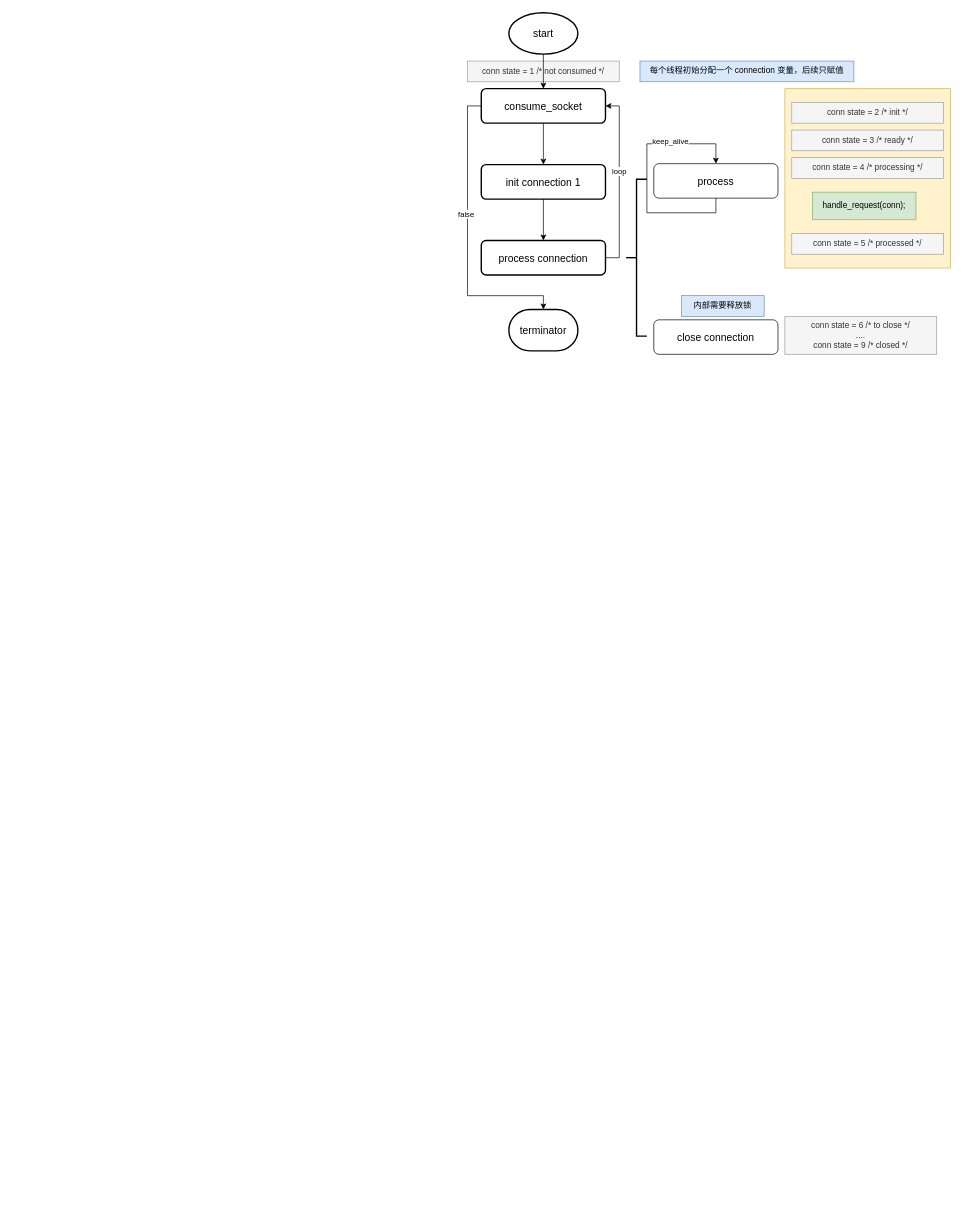
The draw.io diagram civetweb.drawio in 1253757553/drawIO, before the edit. Source tidied: cells renumbered, new cells numbered last; positions are measured from the earlier drawing's top-left corner, leaving out a move shared by most shapes. Both pictures are drawn from the tidied source at 69%, with x=0, y=0 at pixel (467, 12).
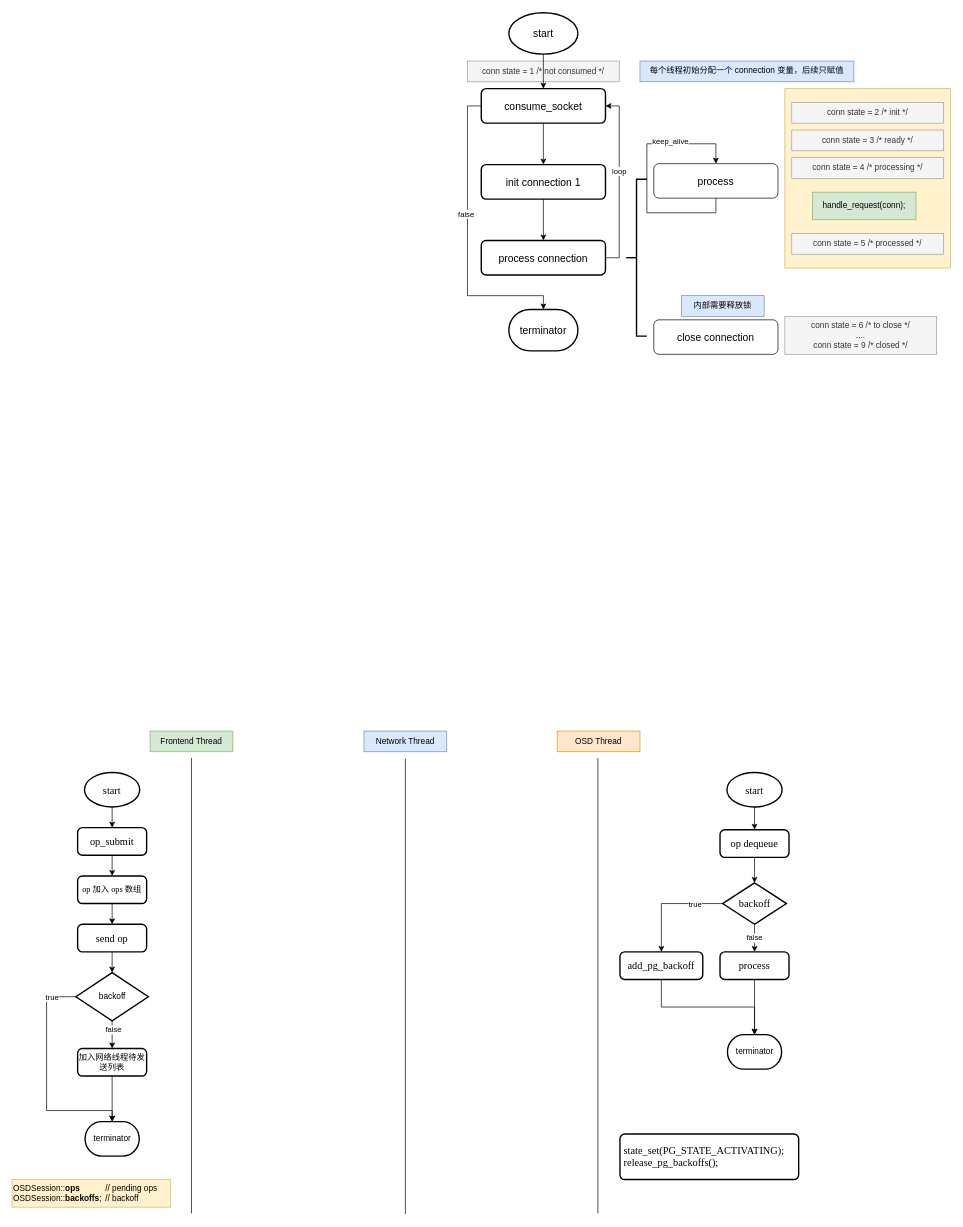
After the change.

Diff of the diagram source:
```diff
@@
+    <mxCell id="31" style="endArrow=none;html=1;rounded=0;" parent="1" edge="1">
+      <mxGeometry relative="1" as="geometry">
+        <mxPoint x="-90" y="1741" as="sourcePoint" />
+        <mxPoint x="-90" y="1081" as="targetPoint" />
+      </mxGeometry>
+    </mxCell>
+    <mxCell id="32" style="endArrow=none;html=1;rounded=0;" parent="1" edge="1">
+      <mxGeometry relative="1" as="geometry">
+        <mxPoint x="-400" y="1740" as="sourcePoint" />
+        <mxPoint x="-400" y="1080" as="targetPoint" />
+      </mxGeometry>
+    </mxCell>
+    <mxCell id="33" style="endArrow=none;html=1;rounded=0;" parent="1" edge="1">
+      <mxGeometry relative="1" as="geometry">
+        <mxPoint x="189" y="1740" as="sourcePoint" />
+        <mxPoint x="189" y="1080" as="targetPoint" />
+      </mxGeometry>
+    </mxCell>
+    <mxCell id="34" value="Frontend Thread" style="text;html=1;align=center;verticalAlign=middle;whiteSpace=wrap;rounded=0;fillColor=#d5e8d4;strokeColor=#82b366;" parent="1" vertex="1">
+      <mxGeometry x="-460" y="1041" width="120" height="30" as="geometry" />
+    </mxCell>
+    <mxCell id="35" value="Network Thread" style="text;html=1;align=center;verticalAlign=middle;whiteSpace=wrap;rounded=0;fillColor=#dae8fc;strokeColor=#6c8ebf;" parent="1" vertex="1">
+      <mxGeometry x="-150" y="1041" width="120" height="30" as="geometry" />
+    </mxCell>
+    <mxCell id="36" value="OSD Thread" style="text;html=1;align=center;verticalAlign=middle;whiteSpace=wrap;rounded=0;fillColor=#ffe6cc;strokeColor=#d79b00;" parent="1" vertex="1">
+      <mxGeometry x="130" y="1041" width="120" height="30" as="geometry" />
+    </mxCell>
+    <mxCell id="37" style="edgeStyle=orthogonalEdgeStyle;rounded=0;jettySize=auto;html=1;exitX=0.5;exitY=1;exitDx=0;exitDy=0;exitPerimeter=0;entryX=0.5;entryY=0;entryDx=0;entryDy=0;" parent="1" edge="1" source="38" target="40">
+      <mxGeometry relative="1" as="geometry" />
+    </mxCell>
+    <mxCell id="38" value="&lt;font face=&quot;Times New Roman&quot; style=&quot;font-size: 15px;&quot;&gt;start&lt;/font&gt;" style="strokeWidth=2;html=1;shape=mxgraph.flowchart.start_1;whiteSpace=wrap;" parent="1" vertex="1">
+      <mxGeometry x="-555" y="1101" width="80" height="50" as="geometry" />
+    </mxCell>
+    <mxCell id="39" style="edgeStyle=orthogonalEdgeStyle;rounded=0;jettySize=auto;html=1;exitX=0.5;exitY=1;exitDx=0;exitDy=0;entryX=0.5;entryY=0;entryDx=0;entryDy=0;" parent="1" edge="1" source="40" target="42">
+      <mxGeometry relative="1" as="geometry" />
+    </mxCell>
+    <mxCell id="40" value="&lt;font face=&quot;Times New Roman&quot; style=&quot;font-size: 15px;&quot;&gt;op_submit&lt;/font&gt;" style="rounded=1;whiteSpace=wrap;html=1;absoluteArcSize=1;arcSize=14;strokeWidth=2;" parent="1" vertex="1">
+      <mxGeometry x="-565" y="1181" width="100" height="40" as="geometry" />
+    </mxCell>
+    <mxCell id="41" style="edgeStyle=orthogonalEdgeStyle;rounded=0;jettySize=auto;html=1;exitX=0.5;exitY=1;exitDx=0;exitDy=0;entryX=0.5;entryY=0;entryDx=0;entryDy=0;" parent="1" edge="1" source="42" target="44">
+      <mxGeometry relative="1" as="geometry" />
+    </mxCell>
+    <mxCell id="42" value="&lt;font style=&quot;font-size: 12px;&quot; face=&quot;Times New Roman&quot;&gt;op 加入 ops 数组&lt;/font&gt;" style="rounded=1;whiteSpace=wrap;html=1;absoluteArcSize=1;arcSize=14;strokeWidth=2;" parent="1" vertex="1">
+      <mxGeometry x="-565" y="1251" width="100" height="40" as="geometry" />
+    </mxCell>
+    <mxCell id="43" value="&lt;div&gt;OSDSession::&lt;b&gt;ops&lt;/b&gt; &lt;span style=&quot;white-space:pre&quot;&gt;&#9;&#9;&lt;/span&gt;// pending ops&lt;/div&gt;&lt;div&gt;OSDSession::&lt;b&gt;backoffs&lt;/b&gt;;&lt;span style=&quot;white-space:pre&quot;&gt;&#9;&lt;/span&gt;// backoff&lt;/div&gt;" style="text;html=1;align=left;verticalAlign=middle;whiteSpace=wrap;rounded=0;fillColor=#fff2cc;strokeColor=#d6b656;" parent="1" vertex="1">
+      <mxGeometry x="-660" y="1691" width="230" height="40" as="geometry" />
+    </mxCell>
+    <mxCell id="44" value="&lt;font face=&quot;Times New Roman&quot; style=&quot;font-size: 15px;&quot;&gt;send op&lt;/font&gt;" style="rounded=1;whiteSpace=wrap;html=1;absoluteArcSize=1;arcSize=14;strokeWidth=2;" parent="1" vertex="1">
+      <mxGeometry x="-565" y="1321" width="100" height="40" as="geometry" />
+    </mxCell>
+    <mxCell id="45" style="edgeStyle=orthogonalEdgeStyle;rounded=0;jettySize=auto;html=1;exitX=0.5;exitY=1;exitDx=0;exitDy=0;exitPerimeter=0;entryX=0.5;entryY=0;entryDx=0;entryDy=0;" parent="1" edge="1" source="47" target="48">
+      <mxGeometry relative="1" as="geometry" />
+    </mxCell>
+    <mxCell id="46" value="false" style="edgeLabel;html=1;align=center;verticalAlign=middle;" parent="45" vertex="1">
+      <mxGeometry x="-0.4" y="1" relative="1" as="geometry" />
+    </mxCell>
+    <mxCell id="47" value="backoff" style="strokeWidth=2;html=1;shape=mxgraph.flowchart.decision;whiteSpace=wrap;" parent="1" vertex="1">
+      <mxGeometry x="-567.5" y="1391" width="105" height="70" as="geometry" />
+    </mxCell>
+    <mxCell id="48" value="加入网络线程待发送列表" style="rounded=1;whiteSpace=wrap;html=1;absoluteArcSize=1;arcSize=14;strokeWidth=2;" parent="1" vertex="1">
+      <mxGeometry x="-565" y="1501" width="100" height="40" as="geometry" />
+    </mxCell>
+    <mxCell id="49" value="terminator" style="strokeWidth=2;html=1;shape=mxgraph.flowchart.terminator;whiteSpace=wrap;" parent="1" vertex="1">
+      <mxGeometry x="-554.2" y="1607" width="78.5" height="50" as="geometry" />
+    </mxCell>
+    <mxCell id="50" style="edgeStyle=orthogonalEdgeStyle;rounded=0;jettySize=auto;html=1;exitX=0.5;exitY=1;exitDx=0;exitDy=0;entryX=0.5;entryY=0;entryDx=0;entryDy=0;entryPerimeter=0;" parent="1" edge="1" source="44" target="47">
+      <mxGeometry relative="1" as="geometry" />
+    </mxCell>
+    <mxCell id="51" style="edgeStyle=orthogonalEdgeStyle;rounded=0;jettySize=auto;html=1;exitX=0.5;exitY=1;exitDx=0;exitDy=0;entryX=0.5;entryY=0;entryDx=0;entryDy=0;entryPerimeter=0;" parent="1" edge="1" source="48" target="49">
+      <mxGeometry relative="1" as="geometry" />
+    </mxCell>
+    <mxCell id="52" style="edgeStyle=orthogonalEdgeStyle;rounded=0;jettySize=auto;html=1;exitX=0;exitY=0.5;exitDx=0;exitDy=0;exitPerimeter=0;entryX=0.5;entryY=0;entryDx=0;entryDy=0;entryPerimeter=0;" parent="1" edge="1" source="47" target="49">
+      <mxGeometry relative="1" as="geometry">
+        <Array as="points">
+          <mxPoint x="-610" y="1426" />
+          <mxPoint x="-610" y="1591" />
+          <mxPoint x="-515" y="1591" />
+        </Array>
+      </mxGeometry>
+    </mxCell>
+    <mxCell id="53" value="true" style="edgeLabel;html=1;align=center;verticalAlign=middle;" parent="52" vertex="1">
+      <mxGeometry x="-0.78" relative="1" as="geometry" />
+    </mxCell>
+    <mxCell id="54" style="edgeStyle=orthogonalEdgeStyle;rounded=0;jettySize=auto;html=1;exitX=0.5;exitY=1;exitDx=0;exitDy=0;exitPerimeter=0;entryX=0.5;entryY=0;entryDx=0;entryDy=0;" parent="1" edge="1" source="55" target="56">
+      <mxGeometry relative="1" as="geometry" />
+    </mxCell>
+    <mxCell id="55" value="&lt;font face=&quot;Times New Roman&quot; style=&quot;font-size: 15px;&quot;&gt;start&lt;/font&gt;" style="strokeWidth=2;html=1;shape=mxgraph.flowchart.start_1;whiteSpace=wrap;" parent="1" vertex="1">
+      <mxGeometry x="376" y="1101" width="80" height="50" as="geometry" />
+    </mxCell>
+    <mxCell id="56" value="&lt;font face=&quot;Times New Roman&quot;&gt;&lt;span style=&quot;font-size: 15px;&quot;&gt;op dequeue&lt;/span&gt;&lt;/font&gt;" style="rounded=1;whiteSpace=wrap;html=1;absoluteArcSize=1;arcSize=14;strokeWidth=2;" parent="1" vertex="1">
+      <mxGeometry x="366" y="1184" width="100" height="40" as="geometry" />
+    </mxCell>
+    <mxCell id="57" value="false" style="edgeStyle=orthogonalEdgeStyle;rounded=0;jettySize=auto;html=1;exitX=0.5;exitY=1;exitDx=0;exitDy=0;exitPerimeter=0;entryX=0.5;entryY=0;entryDx=0;entryDy=0;" parent="1" edge="1" source="60" target="62">
+      <mxGeometry relative="1" as="geometry" />
+    </mxCell>
+    <mxCell id="58" style="edgeStyle=orthogonalEdgeStyle;rounded=0;jettySize=auto;html=1;exitX=0;exitY=0.5;exitDx=0;exitDy=0;exitPerimeter=0;entryX=0.5;entryY=0;entryDx=0;entryDy=0;" parent="1" edge="1" source="60" target="65">
+      <mxGeometry relative="1" as="geometry" />
+    </mxCell>
+    <mxCell id="59" value="true" style="edgeLabel;html=1;align=center;verticalAlign=middle;" parent="58" vertex="1">
+      <mxGeometry x="-0.5" y="1" relative="1" as="geometry" />
+    </mxCell>
+    <mxCell id="60" value="&lt;font style=&quot;font-size: 15px;&quot; face=&quot;Times New Roman&quot;&gt;backoff&lt;/font&gt;" style="strokeWidth=2;html=1;shape=mxgraph.flowchart.decision;whiteSpace=wrap;" parent="1" vertex="1">
+      <mxGeometry x="369.8" y="1261" width="92.5" height="60" as="geometry" />
+    </mxCell>
+    <mxCell id="61" style="edgeStyle=orthogonalEdgeStyle;rounded=0;jettySize=auto;html=1;exitX=0.5;exitY=1;exitDx=0;exitDy=0;" parent="1" edge="1" source="62">
+      <mxGeometry relative="1" as="geometry">
+        <mxPoint x="416" y="1481" as="targetPoint" />
+      </mxGeometry>
+    </mxCell>
+    <mxCell id="62" value="&lt;font style=&quot;font-size: 15px;&quot; face=&quot;Times New Roman&quot;&gt;process&lt;/font&gt;" style="rounded=1;whiteSpace=wrap;html=1;absoluteArcSize=1;arcSize=14;strokeWidth=2;" parent="1" vertex="1">
+      <mxGeometry x="366" y="1361" width="100" height="40" as="geometry" />
+    </mxCell>
+    <mxCell id="63" style="edgeStyle=orthogonalEdgeStyle;rounded=0;jettySize=auto;html=1;exitX=0.5;exitY=1;exitDx=0;exitDy=0;entryX=0.5;entryY=0;entryDx=0;entryDy=0;entryPerimeter=0;" parent="1" edge="1" source="56" target="60">
+      <mxGeometry relative="1" as="geometry" />
+    </mxCell>
+    <mxCell id="64" style="edgeStyle=orthogonalEdgeStyle;rounded=0;jettySize=auto;html=1;exitX=0.5;exitY=1;exitDx=0;exitDy=0;" parent="1" edge="1" source="65" target="66">
+      <mxGeometry relative="1" as="geometry" />
+    </mxCell>
+    <mxCell id="65" value="&lt;div class=&quot;mp-block-code-container&quot;&gt;&lt;pre style=&quot;overflow:auto&quot; class=&quot;mp-block-code-wrapper language-cpp&quot; spellcheck=&quot;false&quot;&gt;&lt;div style=&quot;overflow:auto&quot; class=&quot;mp-block-code-content&quot;&gt;&lt;div class=&quot;mp-block-code-line&quot;&gt;&lt;span class=&quot;mp-block-code-line-content&quot;&gt;&lt;font style=&quot;font-size: 15px;&quot; face=&quot;Times New Roman&quot;&gt;add_pg_backoff&lt;/font&gt;&lt;/span&gt;&lt;/div&gt;&lt;/div&gt;&lt;/pre&gt;&lt;/div&gt;&lt;span class=&quot;mp-morpho-clipboard-doc-data&quot; data-morpho-doc-data=&quot;{&amp;quot;token&amp;quot;:&amp;quot;eyJhbGciOiJkaXIiLCJlbmMiOiJBMjU2R0NNIiwiYXBwSWQiOjEsInVpZCI6IlJwZjc3dm04TEUiLCJkb2NJZCI6InA1akJ1VllRQU9MX0IyIn0..MZDtKFkFQTlGJ8MC.aDaDxI_EinaNMKY9jjZV700NFYcS0YW0zk7ayk-DiJGO3N3S66tyYHH0j371GUDVrIQJL9d3-qEqKE9PYFEJRVh-kbnZ5zRWzxFcASqiscKPwq9REfCqIlF_kGmAo9mJ8rU3PhqWoFYz_juT_r-jXPNIgs_IecfH0P-RgJFbQ_LCheDi5WE2Oov2HN13xUEcA_zCnDivd8Q_zoicypyFRY-GZA.uTiKGGI4jxvv-MYLlxSpGw&amp;quot;,&amp;quot;appId&amp;quot;:&amp;quot;1&amp;quot;}&quot;&gt;&lt;/span&gt;" style="rounded=1;whiteSpace=wrap;html=1;absoluteArcSize=1;arcSize=14;strokeWidth=2;" parent="1" vertex="1">
+      <mxGeometry x="221" y="1361" width="120" height="40" as="geometry" />
+    </mxCell>
+    <mxCell id="66" value="terminator" style="strokeWidth=2;html=1;shape=mxgraph.flowchart.terminator;whiteSpace=wrap;" parent="1" vertex="1">
+      <mxGeometry x="376.8" y="1481" width="78.5" height="50" as="geometry" />
+    </mxCell>
+    <mxCell id="67" value="&lt;div class=&quot;mp-block-code-container&quot;&gt;&lt;pre style=&quot;overflow:auto&quot; class=&quot;mp-block-code-wrapper language-cpp&quot; spellcheck=&quot;false&quot;&gt;&lt;div style=&quot;overflow: auto; font-size: 15px;&quot; class=&quot;mp-block-code-content&quot;&gt;&lt;div class=&quot;mp-block-code-line&quot;&gt;&lt;p style=&quot;margin: 0px; font-variant-numeric: normal; font-variant-east-asian: normal; font-variant-alternates: normal; font-size-adjust: none; font-kerning: auto; font-optical-sizing: auto; font-feature-settings: normal; font-variation-settings: normal; font-variant-position: normal; font-stretch: normal; line-height: normal; white-space: normal;&quot; class=&quot;p1&quot;&gt;&lt;font style=&quot;font-size: 15px;&quot; face=&quot;Times New Roman&quot;&gt;&lt;span style=&quot;&quot; class=&quot;Apple-converted-space&quot;&gt;&amp;nbsp;&lt;/span&gt;state_set(PG_STATE_ACTIVATING);&lt;/font&gt;&lt;/p&gt;&lt;p style=&quot;margin: 0px; font-variant-numeric: normal; font-variant-east-asian: normal; font-variant-alternates: normal; font-size-adjust: none; font-kerning: auto; font-optical-sizing: auto; font-feature-settings: normal; font-variation-settings: normal; font-variant-position: normal; font-stretch: normal; line-height: normal; white-space: normal;&quot; class=&quot;p1&quot;&gt;&lt;font style=&quot;font-size: 15px;&quot; face=&quot;Times New Roman&quot;&gt;&lt;span style=&quot;&quot; class=&quot;Apple-converted-space&quot;&gt;&amp;nbsp;&lt;/span&gt;release_pg_backoffs();&lt;/font&gt;&lt;/p&gt;&lt;/div&gt;&lt;/div&gt;&lt;/pre&gt;&lt;/div&gt;&lt;span class=&quot;mp-morpho-clipboard-doc-data&quot; data-morpho-doc-data=&quot;{&amp;quot;token&amp;quot;:&amp;quot;eyJhbGciOiJkaXIiLCJlbmMiOiJBMjU2R0NNIiwiYXBwSWQiOjEsInVpZCI6IlJwZjc3dm04TEUiLCJkb2NJZCI6InA1akJ1VllRQU9MX0IyIn0..MZDtKFkFQTlGJ8MC.aDaDxI_EinaNMKY9jjZV700NFYcS0YW0zk7ayk-DiJGO3N3S66tyYHH0j371GUDVrIQJL9d3-qEqKE9PYFEJRVh-kbnZ5zRWzxFcASqiscKPwq9REfCqIlF_kGmAo9mJ8rU3PhqWoFYz_juT_r-jXPNIgs_IecfH0P-RgJFbQ_LCheDi5WE2Oov2HN13xUEcA_zCnDivd8Q_zoicypyFRY-GZA.uTiKGGI4jxvv-MYLlxSpGw&amp;quot;,&amp;quot;appId&amp;quot;:&amp;quot;1&amp;quot;}&quot;&gt;&lt;/span&gt;" style="rounded=1;whiteSpace=wrap;html=1;absoluteArcSize=1;arcSize=14;strokeWidth=2;align=left;" parent="1" vertex="1">
+      <mxGeometry x="221" y="1625" width="259" height="66" as="geometry" />
+    </mxCell>
```
